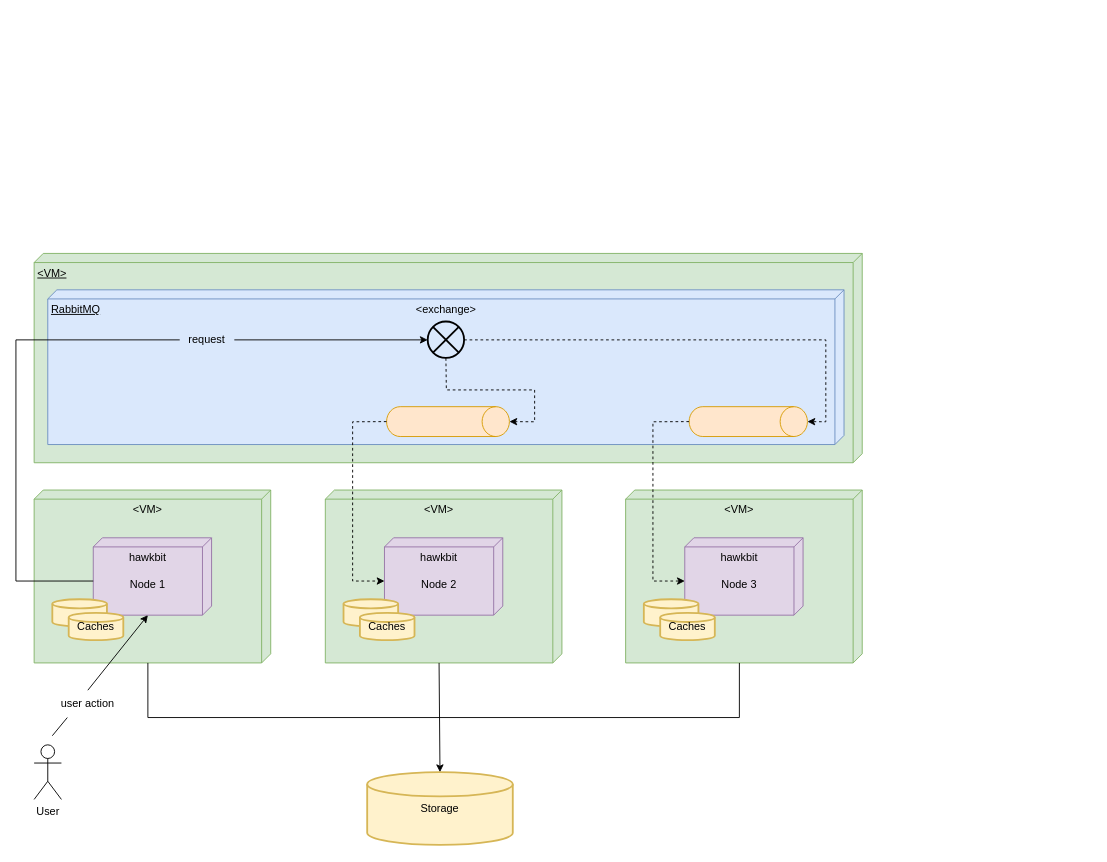
Earlier version of the draw.io diagram docs/graphics-source/clustering_overview.drawio (eclipse-hawkbit/hawkbit). Source tidied: cells renumbered, new cells numbered last; positions are measured from the earlier drawing's top-left corner, leaving out a move shared by most shapes. Both pictures are drawn from the tidied source at 91%, with x=0, y=0 at pixel (15, 253).
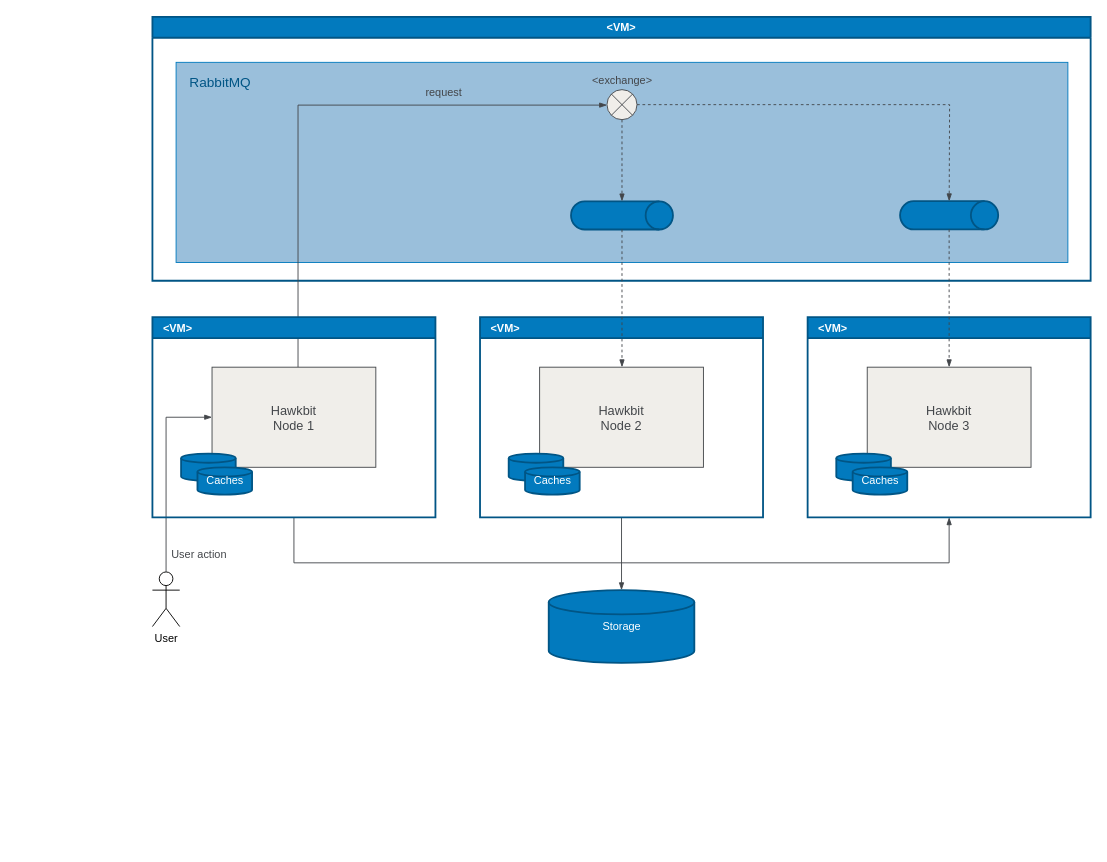
Above is the later version.

Change to the diagram source:
```diff
@@
-    <mxCell id="2" value="&lt;div align=&quot;center&quot;&gt;&amp;lt;VM&amp;gt;&lt;/div&gt;" style="verticalAlign=top;align=center;spacingTop=8;spacingLeft=2;spacingRight=12;shape=cube;size=10;direction=south;fontStyle=0;html=1;whiteSpace=wrap;fillColor=#d5e8d4;strokeColor=#82b366;" parent="1" vertex="1">
-      <mxGeometry x="20" y="260" width="260" height="190" as="geometry" />
-    </mxCell>
-    <mxCell id="3" value="&lt;div align=&quot;center&quot;&gt;hawkbit&lt;/div&gt;&lt;div align=&quot;center&quot;&gt;&lt;br&gt;&lt;/div&gt;&lt;div align=&quot;center&quot;&gt;Node 1&lt;/div&gt;" style="verticalAlign=top;align=center;spacingTop=8;spacingLeft=2;spacingRight=12;shape=cube;size=10;direction=south;fontStyle=0;html=1;whiteSpace=wrap;fillColor=#e1d5e7;strokeColor=#9673a6;" parent="1" vertex="1">
-      <mxGeometry x="85" y="312.5" width="130" height="85" as="geometry" />
-    </mxCell>
-    <mxCell id="4" style="strokeWidth=2;html=1;shape=mxgraph.flowchart.database;whiteSpace=wrap;fillColor=#fff2cc;strokeColor=#d6b656;" parent="1" vertex="1">
-      <mxGeometry x="40" y="380" width="60" height="30" as="geometry" />
-    </mxCell>
-    <mxCell id="5" value="Caches" style="strokeWidth=2;html=1;shape=mxgraph.flowchart.database;whiteSpace=wrap;fillColor=#fff2cc;strokeColor=#d6b656;" parent="1" vertex="1">
-      <mxGeometry x="58" y="395" width="60" height="30" as="geometry" />
-    </mxCell>
-    <mxCell id="6" value="&lt;div align=&quot;center&quot;&gt;&amp;lt;VM&amp;gt;&lt;/div&gt;" style="verticalAlign=top;align=center;spacingTop=8;spacingLeft=2;spacingRight=12;shape=cube;size=10;direction=south;fontStyle=0;html=1;whiteSpace=wrap;fillColor=#d5e8d4;strokeColor=#82b366;" parent="1" vertex="1">
-      <mxGeometry x="340" y="260" width="260" height="190" as="geometry" />
-    </mxCell>
-    <mxCell id="7" value="&lt;div align=&quot;center&quot;&gt;&lt;span&gt;hawkbit&lt;/span&gt;&lt;/div&gt;&lt;div&gt;&lt;span&gt;&lt;br&gt;&lt;/span&gt;&lt;/div&gt;&lt;div&gt;&lt;span&gt;Node 2&lt;/span&gt;&lt;/div&gt;" style="verticalAlign=top;align=center;spacingTop=8;spacingLeft=2;spacingRight=12;shape=cube;size=10;direction=south;fontStyle=0;html=1;whiteSpace=wrap;fillColor=#e1d5e7;strokeColor=#9673a6;" parent="1" vertex="1">
-      <mxGeometry x="405" y="312.5" width="130" height="85" as="geometry" />
-    </mxCell>
-    <mxCell id="8" style="strokeWidth=2;html=1;shape=mxgraph.flowchart.database;whiteSpace=wrap;fillColor=#fff2cc;strokeColor=#d6b656;" parent="1" vertex="1">
-      <mxGeometry x="360" y="380" width="60" height="30" as="geometry" />
-    </mxCell>
-    <mxCell id="9" value="Caches" style="strokeWidth=2;html=1;shape=mxgraph.flowchart.database;whiteSpace=wrap;fillColor=#fff2cc;strokeColor=#d6b656;" parent="1" vertex="1">
-      <mxGeometry x="378" y="395" width="60" height="30" as="geometry" />
-    </mxCell>
-    <mxCell id="10" value="&amp;lt;VM&amp;gt;" style="verticalAlign=top;align=center;spacingTop=8;spacingLeft=2;spacingRight=12;shape=cube;size=10;direction=south;fontStyle=0;html=1;whiteSpace=wrap;fillColor=#d5e8d4;strokeColor=#82b366;" parent="1" vertex="1">
-      <mxGeometry x="670" y="260" width="260" height="190" as="geometry" />
-    </mxCell>
-    <mxCell id="11" value="&lt;div align=&quot;center&quot;&gt;hawkbit&lt;/div&gt;&lt;div align=&quot;center&quot;&gt;&lt;br&gt;&lt;/div&gt;&lt;div align=&quot;center&quot;&gt;Node 3&lt;/div&gt;" style="verticalAlign=top;align=center;spacingTop=8;spacingLeft=2;spacingRight=12;shape=cube;size=10;direction=south;fontStyle=0;html=1;whiteSpace=wrap;fillColor=#e1d5e7;strokeColor=#9673a6;" parent="1" vertex="1">
-      <mxGeometry x="735" y="312.5" width="130" height="85" as="geometry" />
-    </mxCell>
-    <mxCell id="12" style="strokeWidth=2;html=1;shape=mxgraph.flowchart.database;whiteSpace=wrap;fillColor=#fff2cc;strokeColor=#d6b656;" parent="1" vertex="1">
-      <mxGeometry x="690" y="380" width="60" height="30" as="geometry" />
-    </mxCell>
-    <mxCell id="13" value="Caches" style="strokeWidth=2;html=1;shape=mxgraph.flowchart.database;whiteSpace=wrap;fillColor=#fff2cc;strokeColor=#d6b656;" parent="1" vertex="1">
-      <mxGeometry x="708" y="395" width="60" height="30" as="geometry" />
-    </mxCell>
-    <mxCell id="14" value="&amp;lt;VM&amp;gt;" style="verticalAlign=top;align=left;spacingTop=8;spacingLeft=2;spacingRight=12;shape=cube;size=10;direction=south;fontStyle=4;html=1;whiteSpace=wrap;fillColor=#d5e8d4;strokeColor=#82b366;" parent="1" vertex="1">
-      <mxGeometry x="20" width="910" height="230" as="geometry" />
-    </mxCell>
+    <mxCell id="25" value="Storage" style="strokeWidth=2;html=1;shape=mxgraph.flowchart.database;whiteSpace=wrap;fillColor=#027ABE;strokeColor=#015585;rounded=0;align=center;verticalAlign=middle;fontFamily=Helvetica;fontSize=12;fontColor=#FFFFFF;" parent="1" vertex="1">
+      <mxGeometry x="585.5" y="370" width="160" height="80" as="geometry" />
+    </mxCell>
+    <mxCell id="34" style="endArrow=blockThin;html=1;rounded=0;exitX=0.5;exitY=1;exitDx=0;exitDy=0;entryX=0.5;entryY=1;entryDx=0;entryDy=0;edgeStyle=orthogonalEdgeStyle;strokeColor=#43464A;strokeWidth=1;align=center;verticalAlign=middle;fontFamily=Helvetica;fontSize=12;fontColor=#43464A;labelBackgroundColor=none;endFill=1;fillColor=#43464A;" parent="1" edge="1" source="54" target="45">
+      <mxGeometry relative="1" as="geometry">
+        <Array as="points">
+          <mxPoint x="306" y="340" />
+          <mxPoint x="1026" y="340" />
+        </Array>
+      </mxGeometry>
+    </mxCell>
+    <mxCell id="35" style="endArrow=blockThin;html=1;rounded=0;exitX=0.5;exitY=1;exitDx=0;exitDy=0;entryX=0.5;entryY=0;entryDx=0;entryDy=0;entryPerimeter=0;strokeColor=#43464A;strokeWidth=1;align=center;verticalAlign=middle;fontFamily=Helvetica;fontSize=12;fontColor=#43464A;labelBackgroundColor=none;endFill=1;fillColor=#43464A;" parent="1" edge="1" source="50" target="25">
+      <mxGeometry relative="1" as="geometry" />
+    </mxCell>
+    <mxCell id="28" value="&lt;div&gt;User&lt;/div&gt;" style="shape=umlActor;verticalLabelPosition=bottom;verticalAlign=top;html=1;outlineConnect=0;" parent="1" vertex="1">
+      <mxGeometry x="150" y="350" width="30" height="60" as="geometry" />
+    </mxCell>
+    <mxCell id="36" style="endArrow=blockThin;html=1;rounded=0;strokeColor=#43464A;strokeWidth=1;align=center;verticalAlign=middle;fontFamily=Helvetica;fontSize=12;fontColor=#43464A;labelBackgroundColor=none;endFill=1;fillColor=#43464A;edgeStyle=orthogonalEdgeStyle;" parent="1" edge="1" source="28" target="55">
+      <mxGeometry relative="1" as="geometry">
+        <Array as="points">
+          <mxPoint x="165" y="180" />
+        </Array>
+      </mxGeometry>
+    </mxCell>
+    <mxCell id="37" value="User action" style="edgeLabel;html=1;align=center;verticalAlign=middle;rounded=0;strokeColor=#43464A;strokeWidth=2;fontFamily=Helvetica;fontSize=12;fontColor=#43464A;labelBackgroundColor=none;fillColor=#43464A;" parent="36" vertex="1">
+      <mxGeometry x="-0.36" y="-3" relative="1" as="geometry">
+        <mxPoint x="32" y="51" as="offset" />
+      </mxGeometry>
+    </mxCell>
+    <mxCell id="38" value="&lt;VM&gt;" style="swimlane;rounded=0;strokeColor=#015585;strokeWidth=2;align=center;verticalAlign=middle;fontFamily=Helvetica;fontSize=12;fontColor=#FFFFFF;fillColor=#027ABE;" parent="1" vertex="1">
+      <mxGeometry x="150" y="-260" width="1031" height="290" as="geometry" />
+    </mxCell>
-    <mxCell id="15" value="RabbitMQ" style="verticalAlign=top;align=left;spacingTop=8;spacingLeft=2;spacingRight=12;shape=cube;size=10;direction=south;fontStyle=4;html=1;whiteSpace=wrap;fillColor=light-dark(#dae8fc, #1d293b);strokeColor=#6c8ebf;" parent="1" vertex="1">
-      <mxGeometry x="35" y="40" width="875" height="170" as="geometry" />
+    <mxCell id="15" value="RabbitMQ" style="fillColor=#9ABFDB;strokeColor=#027ABE;fontColor=#015585;rounded=0;strokeWidth=1;verticalAlign=top;align=left;spacingLeft=13;spacingTop=7;fontSize=15;fontStyle=0;" parent="38" vertex="1">
+      <mxGeometry x="26" y="50" width="980" height="220" as="geometry" />
     </mxCell>
-    <mxCell id="16" style="endArrow=none;html=1;rounded=0;exitX=0;exitY=0;exitDx=47.5;exitDy=130;exitPerimeter=0;endFill=0;" parent="1" edge="1" source="3" target="23">
-      <mxGeometry relative="1" as="geometry">
-        <Array as="points">
-          <mxPoint y="360" />
-          <mxPoint y="95" />
-        </Array>
-      </mxGeometry>
-    </mxCell>
-    <mxCell id="17" style="shape=cylinder3;whiteSpace=wrap;html=1;boundedLbl=1;backgroundOutline=1;size=15;rotation=90;fillColor=#ffe6cc;strokeColor=#d79b00;" parent="1" vertex="1">
-      <mxGeometry x="458.4" y="117.3" width="32.8" height="135" as="geometry" />
-    </mxCell>
-    <mxCell id="18" style="endArrow=classic;html=1;rounded=0;exitX=0.5;exitY=1;exitDx=0;exitDy=0;entryX=0.5;entryY=0;entryDx=0;entryDy=0;entryPerimeter=0;dashed=1;" parent="1" edge="1" target="17">
-      <mxGeometry relative="1" as="geometry">
-        <mxPoint x="472.5" y="115" as="sourcePoint" />
-        <Array as="points">
-          <mxPoint x="473" y="150" />
-          <mxPoint x="570" y="150" />
-          <mxPoint x="570" y="185" />
-        </Array>
-      </mxGeometry>
-    </mxCell>
-    <mxCell id="19" style="endArrow=classic;html=1;rounded=0;dashed=1;exitX=0.5;exitY=1;exitDx=0;exitDy=0;exitPerimeter=0;entryX=0;entryY=0;entryDx=47.5;entryDy=130;entryPerimeter=0;" parent="1" edge="1" source="17" target="7">
-      <mxGeometry relative="1" as="geometry">
-        <Array as="points">
-          <mxPoint x="370" y="185" />
-          <mxPoint x="370" y="360" />
-        </Array>
-      </mxGeometry>
-    </mxCell>
-    <mxCell id="20" style="shape=cylinder3;whiteSpace=wrap;html=1;boundedLbl=1;backgroundOutline=1;size=15;rotation=90;fillColor=#ffe6cc;strokeColor=#d79b00;" parent="1" vertex="1">
-      <mxGeometry x="788.4" y="119.8" width="32.8" height="130" as="geometry" />
-    </mxCell>
-    <mxCell id="21" style="endArrow=classic;html=1;rounded=0;exitX=1;exitY=0.5;exitDx=0;exitDy=0;entryX=0.5;entryY=0;entryDx=0;entryDy=0;entryPerimeter=0;dashed=1;" parent="1" edge="1" target="20">
-      <mxGeometry relative="1" as="geometry">
-        <mxPoint x="492.5" y="95" as="sourcePoint" />
-        <Array as="points">
-          <mxPoint x="890" y="95" />
-          <mxPoint x="890" y="185" />
-        </Array>
-      </mxGeometry>
-    </mxCell>
-    <mxCell id="22" style="endArrow=classic;html=1;rounded=0;exitX=0.5;exitY=1;exitDx=0;exitDy=0;exitPerimeter=0;entryX=0;entryY=0;entryDx=47.5;entryDy=130;entryPerimeter=0;dashed=1;" parent="1" edge="1" source="20" target="11">
-      <mxGeometry relative="1" as="geometry">
-        <Array as="points">
-          <mxPoint x="700" y="185" />
-          <mxPoint x="700" y="360" />
-        </Array>
-      </mxGeometry>
-    </mxCell>
-    <mxCell id="23" value="&lt;div&gt;request&lt;/div&gt;" style="text;html=1;whiteSpace=wrap;strokeColor=none;fillColor=none;align=center;verticalAlign=middle;rounded=0;" parent="1" vertex="1">
-      <mxGeometry x="180" y="80" width="60" height="30" as="geometry" />
-    </mxCell>
-    <mxCell id="24" style="endArrow=classic;html=1;rounded=0;entryX=0;entryY=0.5;entryDx=0;entryDy=0;exitX=1;exitY=0.5;exitDx=0;exitDy=0;" parent="1" edge="1" source="23">
-      <mxGeometry relative="1" as="geometry">
-        <mxPoint x="452.5" y="95" as="targetPoint" />
-      </mxGeometry>
-    </mxCell>
-    <mxCell id="25" value="Storage" style="strokeWidth=2;html=1;shape=mxgraph.flowchart.database;whiteSpace=wrap;fillColor=#fff2cc;strokeColor=#d6b656;" parent="1" vertex="1">
-      <mxGeometry x="386" y="570" width="160" height="80" as="geometry" />
-    </mxCell>
-    <mxCell id="26" style="endArrow=none;html=1;rounded=0;exitX=0;exitY=0;exitDx=190;exitDy=135;exitPerimeter=0;entryX=0;entryY=0;entryDx=190;entryDy=135;entryPerimeter=0;" parent="1" edge="1" source="2" target="10">
-      <mxGeometry relative="1" as="geometry">
-        <Array as="points">
-          <mxPoint x="145" y="510" />
-          <mxPoint x="795" y="510" />
-        </Array>
-      </mxGeometry>
-    </mxCell>
-    <mxCell id="27" style="endArrow=classic;html=1;rounded=0;exitX=0;exitY=0;exitDx=190;exitDy=135;exitPerimeter=0;entryX=0.5;entryY=0;entryDx=0;entryDy=0;entryPerimeter=0;" parent="1" edge="1" source="6" target="25">
-      <mxGeometry relative="1" as="geometry" />
-    </mxCell>
-    <mxCell id="28" value="&lt;div&gt;User&lt;/div&gt;" style="shape=umlActor;verticalLabelPosition=bottom;verticalAlign=top;html=1;outlineConnect=0;" parent="1" vertex="1">
-      <mxGeometry x="20" y="540" width="30" height="60" as="geometry" />
-    </mxCell>
-    <mxCell id="29" style="endArrow=classic;html=1;rounded=0;entryX=0;entryY=0;entryDx=85;entryDy=70;entryPerimeter=0;exitX=0.5;exitY=0;exitDx=0;exitDy=0;" parent="1" edge="1" source="30" target="3">
-      <mxGeometry relative="1" as="geometry" />
-    </mxCell>
-    <mxCell id="30" value="user action" style="text;html=1;whiteSpace=wrap;strokeColor=none;fillColor=none;align=center;verticalAlign=middle;rounded=0;" parent="1" vertex="1">
-      <mxGeometry x="34" y="480" width="90" height="30" as="geometry" />
-    </mxCell>
-    <mxCell id="31" style="endArrow=none;html=1;rounded=0;entryX=0.25;entryY=1;entryDx=0;entryDy=0;" parent="1" edge="1" target="30">
-      <mxGeometry relative="1" as="geometry">
-        <mxPoint x="40" y="530" as="sourcePoint" />
-      </mxGeometry>
-    </mxCell>
-    <mxCell id="32" style="shape=sumEllipse;perimeter=ellipsePerimeter;whiteSpace=wrap;html=1;backgroundOutline=1;strokeWidth=2;fillColor=#DAE8FC;" parent="1" vertex="1">
-      <mxGeometry x="452.5" y="74.8" width="40" height="40" as="geometry" />
-    </mxCell>
-    <mxCell id="33" value="&amp;lt;exchange&amp;gt;" style="text;html=1;whiteSpace=wrap;strokeColor=none;fillColor=none;align=center;verticalAlign=middle;rounded=0;" parent="1" vertex="1">
-      <mxGeometry x="442.8" y="46.8" width="60" height="30" as="geometry" />
+    <mxCell id="33" value="&lt;span style=&quot;&quot;&gt;&amp;lt;exchange&amp;gt;&lt;/span&gt;" style="shape=sumEllipse;perimeter=ellipsePerimeter;whiteSpace=wrap;html=1;backgroundOutline=1;strokeWidth=1;fillColor=#F0EEEA;rounded=0;strokeColor=#43464A;align=center;verticalAlign=top;fontFamily=Helvetica;fontSize=12;fontColor=#43464A;spacing=-22;" parent="15" vertex="1">
+      <mxGeometry x="473.5" y="30" width="33" height="33" as="geometry" />
     </mxCell>
+    <mxCell id="39" style="shape=cylinder3;whiteSpace=wrap;html=1;boundedLbl=1;backgroundOutline=1;size=15;rotation=90;fillColor=#027ABE;strokeColor=#015585;rounded=0;strokeWidth=2;align=center;verticalAlign=middle;fontFamily=Helvetica;fontSize=12;fontColor=#FFFFFF;" parent="15" vertex="1">
+      <mxGeometry x="474.5" y="112.2" width="31" height="112" as="geometry" />
+    </mxCell>
+    <mxCell id="40" style="shape=cylinder3;whiteSpace=wrap;html=1;boundedLbl=1;backgroundOutline=1;size=15;rotation=90;fillColor=#027ABE;strokeColor=#015585;rounded=0;strokeWidth=2;align=center;verticalAlign=middle;fontFamily=Helvetica;fontSize=12;fontColor=#FFFFFF;" parent="15" vertex="1">
+      <mxGeometry x="834" y="114.2" width="31" height="107.8" as="geometry" />
+    </mxCell>
+    <mxCell id="41" style="endArrow=blockThin;html=1;rounded=0;dashed=1;strokeColor=#43464A;strokeWidth=1;align=center;verticalAlign=middle;fontFamily=Helvetica;fontSize=11;fontColor=#43464A;labelBackgroundColor=default;endFill=1;edgeStyle=orthogonalEdgeStyle;" parent="15" edge="1" source="33" target="39">
+      <mxGeometry relative="1" as="geometry">
+        <Array as="points">
+          <mxPoint x="490" y="70" />
+          <mxPoint x="490" y="70" />
+        </Array>
+      </mxGeometry>
+    </mxCell>
+    <mxCell id="42" style="endArrow=blockThin;html=1;rounded=0;dashed=1;edgeStyle=orthogonalEdgeStyle;strokeColor=#43464A;strokeWidth=1;align=center;verticalAlign=middle;fontFamily=Helvetica;fontSize=11;fontColor=#43464A;labelBackgroundColor=default;endFill=1;" parent="15" edge="1" source="33" target="40">
+      <mxGeometry relative="1" as="geometry">
+        <Array as="points">
+          <mxPoint x="850" y="47" />
+        </Array>
+      </mxGeometry>
+    </mxCell>
+    <mxCell id="43" style="endArrow=blockThin;html=1;rounded=0;edgeStyle=orthogonalEdgeStyle;strokeColor=#43464A;strokeWidth=1;align=center;verticalAlign=middle;fontFamily=Helvetica;fontSize=12;fontColor=#43464A;labelBackgroundColor=none;endFill=1;fillColor=#43464A;" parent="1" edge="1" source="55" target="33">
+      <mxGeometry relative="1" as="geometry">
+        <Array as="points">
+          <mxPoint x="310" y="-163" />
+        </Array>
+      </mxGeometry>
+    </mxCell>
+    <mxCell id="44" value="r&lt;span style=&quot;&quot;&gt;equest&lt;/span&gt;" style="edgeLabel;html=1;align=center;verticalAlign=middle;labelBackgroundColor=none;spacing=0;spacingTop=0;spacingBottom=6;fontColor=#43464A;rounded=0;strokeColor=#43464A;strokeWidth=2;fontFamily=Helvetica;fontSize=12;fillColor=#43464A;" parent="43" vertex="1">
+      <mxGeometry x="0.61" y="1" relative="1" as="geometry">
+        <mxPoint x="-58" y="-11" as="offset" />
+      </mxGeometry>
+    </mxCell>
+    <mxCell id="45" value="&lt;VM&gt;" style="swimlane;rounded=0;strokeColor=#015585;strokeWidth=2;align=left;verticalAlign=middle;fontFamily=Helvetica;fontSize=12;fontColor=#FFFFFF;fillColor=#027ABE;spacingLeft=10;" parent="1" vertex="1">
+      <mxGeometry x="870" y="70" width="311" height="220" as="geometry" />
+    </mxCell>
+    <mxCell id="46" value="Hawkbit&#10;Node 3" style="fillColor=#F0EEEA;strokeColor=#43464A;fontColor=#43464A;rounded=0;strokeWidth=1;fontSize=14;" parent="45" vertex="1">
+      <mxGeometry x="65.5" y="55" width="180" height="110" as="geometry" />
+    </mxCell>
+    <mxCell id="47" style="strokeWidth=2;html=1;shape=mxgraph.flowchart.database;whiteSpace=wrap;fillColor=#027ABE;strokeColor=#015585;rounded=0;align=center;verticalAlign=middle;fontFamily=Helvetica;fontSize=12;fontColor=#FFFFFF;" parent="45" vertex="1">
+      <mxGeometry x="31.5" y="150" width="60" height="30" as="geometry" />
+    </mxCell>
+    <mxCell id="48" value="Caches" style="strokeWidth=2;html=1;shape=mxgraph.flowchart.database;whiteSpace=wrap;fillColor=#027ABE;strokeColor=#015585;rounded=0;align=center;verticalAlign=middle;fontFamily=Helvetica;fontSize=12;fontColor=#FFFFFF;" parent="45" vertex="1">
+      <mxGeometry x="49.5" y="165" width="60" height="30" as="geometry" />
+    </mxCell>
+    <mxCell id="49" style="strokeColor=#43464A;strokeWidth=1;dashed=1;endArrow=blockThin;endFill=1;rounded=0;edgeStyle=orthogonalEdgeStyle;align=center;verticalAlign=middle;fontFamily=Helvetica;fontSize=11;fontColor=#43464A;labelBackgroundColor=default;" parent="1" edge="1" source="40" target="46">
+      <mxGeometry relative="1" as="geometry">
+        <Array as="points">
+          <mxPoint x="1026" y="30" />
+          <mxPoint x="1026" y="30" />
+        </Array>
+      </mxGeometry>
+    </mxCell>
+    <mxCell id="50" value="&lt;VM&gt;" style="swimlane;rounded=0;strokeColor=#015585;strokeWidth=2;align=left;verticalAlign=middle;fontFamily=Helvetica;fontSize=12;fontColor=#FFFFFF;fillColor=#027ABE;spacingLeft=10;" parent="1" vertex="1">
+      <mxGeometry x="510" y="70" width="311" height="220" as="geometry" />
+    </mxCell>
+    <mxCell id="51" value="Hawkbit&#10;Node 2" style="fillColor=#F0EEEA;strokeColor=#43464A;fontColor=#43464A;rounded=0;strokeWidth=1;fontSize=14;" parent="50" vertex="1">
+      <mxGeometry x="65.5" y="55" width="180" height="110" as="geometry" />
+    </mxCell>
+    <mxCell id="52" style="strokeWidth=2;html=1;shape=mxgraph.flowchart.database;whiteSpace=wrap;fillColor=#027ABE;strokeColor=#015585;rounded=0;align=center;verticalAlign=middle;fontFamily=Helvetica;fontSize=12;fontColor=#FFFFFF;" parent="50" vertex="1">
+      <mxGeometry x="31.5" y="150" width="60" height="30" as="geometry" />
+    </mxCell>
+    <mxCell id="53" value="Caches" style="strokeWidth=2;html=1;shape=mxgraph.flowchart.database;whiteSpace=wrap;fillColor=#027ABE;strokeColor=#015585;rounded=0;align=center;verticalAlign=middle;fontFamily=Helvetica;fontSize=12;fontColor=#FFFFFF;" parent="50" vertex="1">
+      <mxGeometry x="49.5" y="165" width="60" height="30" as="geometry" />
+    </mxCell>
+    <mxCell id="54" value="&lt;VM&gt;" style="swimlane;rounded=0;strokeColor=#015585;strokeWidth=2;align=left;verticalAlign=middle;fontFamily=Helvetica;fontSize=12;fontColor=#FFFFFF;fillColor=#027ABE;spacingLeft=10;" parent="1" vertex="1">
+      <mxGeometry x="150" y="70" width="311" height="220" as="geometry" />
+    </mxCell>
+    <mxCell id="55" value="Hawkbit&#10;Node 1" style="fillColor=#F0EEEA;strokeColor=#43464A;fontColor=#43464A;rounded=0;strokeWidth=1;fontSize=14;" parent="54" vertex="1">
+      <mxGeometry x="65.5" y="55" width="180" height="110" as="geometry" />
+    </mxCell>
+    <mxCell id="56" style="strokeWidth=2;html=1;shape=mxgraph.flowchart.database;whiteSpace=wrap;fillColor=#027ABE;strokeColor=#015585;rounded=0;align=center;verticalAlign=middle;fontFamily=Helvetica;fontSize=12;fontColor=#FFFFFF;" parent="54" vertex="1">
+      <mxGeometry x="31.5" y="150" width="60" height="30" as="geometry" />
+    </mxCell>
+    <mxCell id="57" value="Caches" style="strokeWidth=2;html=1;shape=mxgraph.flowchart.database;whiteSpace=wrap;fillColor=#027ABE;strokeColor=#015585;rounded=0;align=center;verticalAlign=middle;fontFamily=Helvetica;fontSize=12;fontColor=#FFFFFF;" parent="54" vertex="1">
+      <mxGeometry x="49.5" y="165" width="60" height="30" as="geometry" />
+    </mxCell>
+    <mxCell id="58" style="endArrow=blockThin;html=1;rounded=0;dashed=1;strokeColor=#43464A;strokeWidth=1;align=center;verticalAlign=middle;fontFamily=Helvetica;fontSize=11;fontColor=#43464A;labelBackgroundColor=default;endFill=1;edgeStyle=orthogonalEdgeStyle;" parent="1" edge="1" source="39" target="51">
+      <mxGeometry relative="1" as="geometry">
+        <Array as="points">
+          <mxPoint x="666" y="-20" />
+          <mxPoint x="666" y="-20" />
+        </Array>
+      </mxGeometry>
+    </mxCell>
```
